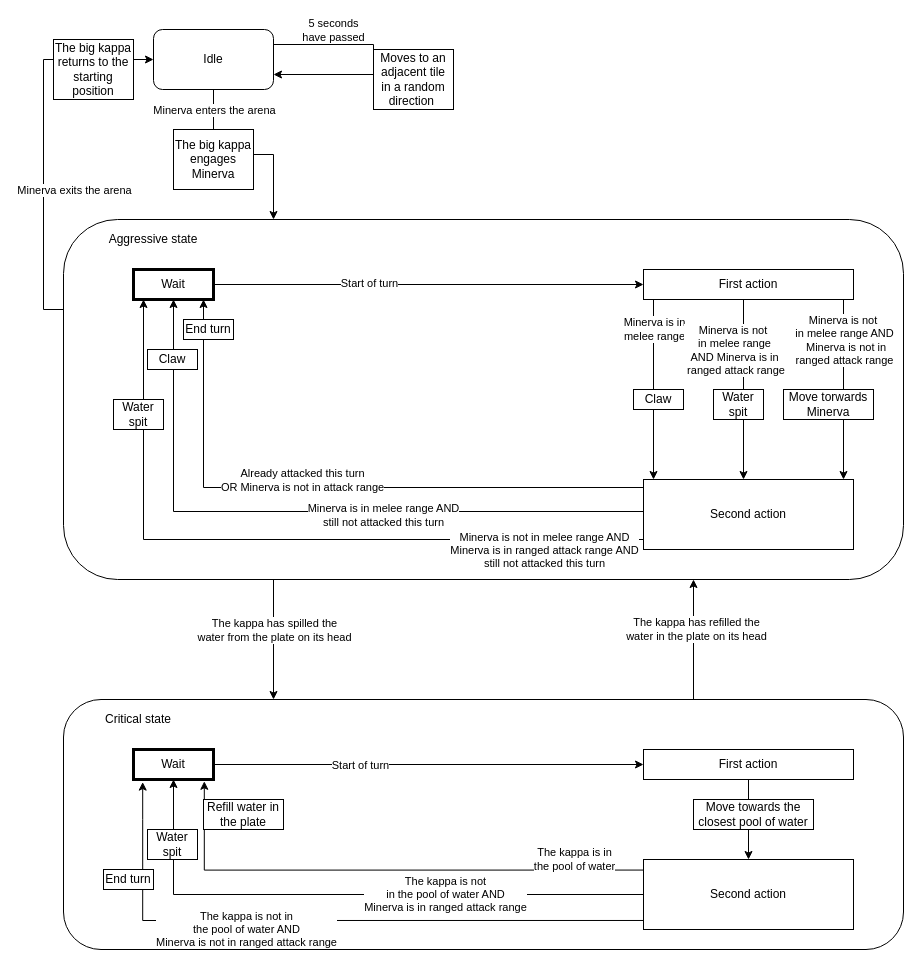
Earlier version of the draw.io diagram Enemies/Enemy Behaviours/BigKappa_AI.drawio (andreacarrarini/HP_The_Dark_Lady_awakens). Source tidied: cells renumbered, new cells numbered last; positions are measured from the earlier drawing's top-left corner, leaving out a move shared by most shapes. Both pictures are drawn from the tidied source at 100%, with x=0, y=0 at pixel (53, 29).
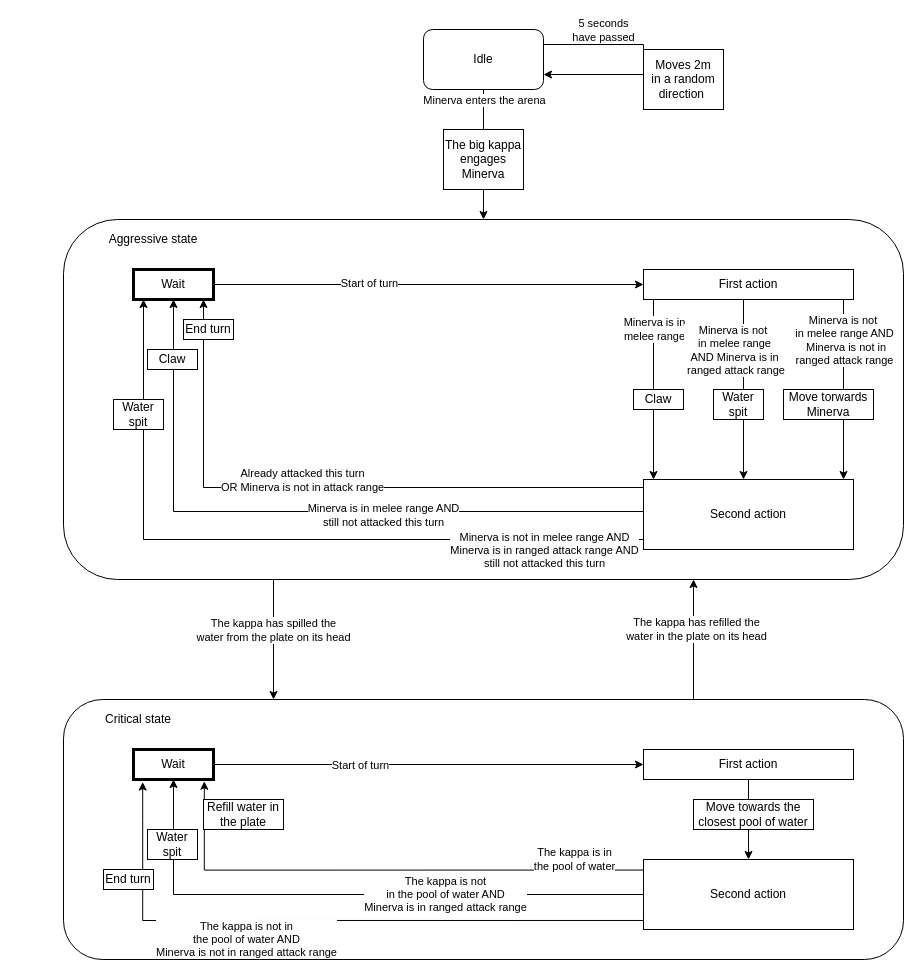
The same page after the edit.

The change refers to these unchanged cells:
```xml
<mxCell id="7" style="rounded=1;whiteSpace=wrap;html=1;align=left;" parent="1" vertex="1">
  <mxGeometry x="10" y="190" width="840" height="360" as="geometry" />
</mxCell>
<mxCell id="41" style="edgeStyle=orthogonalEdgeStyle;rounded=0;jettySize=auto;html=1;exitX=0;exitY=0.871;exitDx=0;exitDy=0;entryX=0.115;entryY=1.087;entryDx=0;entryDy=0;entryPerimeter=0;exitPerimeter=0;" parent="14" edge="1" source="45" target="36">
  <mxGeometry relative="1" as="geometry" />
</mxCell>
```

Diff of the diagram source:
```diff
@@
     <mxCell id="2" value="Idle" style="rounded=1;whiteSpace=wrap;html=1;" parent="1" vertex="1">
-      <mxGeometry x="100" width="120" height="60" as="geometry" />
+      <mxGeometry x="370" width="120" height="60" as="geometry" />
     </mxCell>
-    <mxCell id="3" style="edgeStyle=orthogonalEdgeStyle;rounded=0;jettySize=auto;html=1;exitX=0;exitY=0.25;exitDx=0;exitDy=0;entryX=0;entryY=0.5;entryDx=0;entryDy=0;" parent="1" edge="1" source="7" target="2">
-      <mxGeometry relative="1" as="geometry" />
-    </mxCell>
-    <mxCell id="4" value="Minerva exits the arena" style="edgeLabel;html=1;align=center;verticalAlign=middle;labelBackgroundColor=#ffffff;" parent="3" vertex="1">
-      <mxGeometry x="-0.38" relative="1" as="geometry">
-        <mxPoint x="30" y="-22" as="offset" />
-      </mxGeometry>
-    </mxCell>
@@
     <mxCell id="10" style="rounded=1;whiteSpace=wrap;html=1;strokeWidth=1;" parent="1" vertex="1">
-      <mxGeometry x="10" y="670" width="840" height="250" as="geometry" />
+      <mxGeometry x="10" y="670" width="840" height="260" as="geometry" />
     </mxCell>
@@
     <mxCell id="12" style="edgeStyle=orthogonalEdgeStyle;rounded=0;orthogonalLoop=1;jettySize=auto;html=1;exitX=1;exitY=0.25;exitDx=0;exitDy=0;entryX=1;entryY=0.75;entryDx=0;entryDy=0;" parent="1" edge="1" source="2" target="2">
       <mxGeometry relative="1" as="geometry">
         <Array as="points">
-          <mxPoint x="320" y="15" />
-          <mxPoint x="320" y="45" />
+          <mxPoint x="590" y="15" />
+          <mxPoint x="590" y="45" />
         </Array>
       </mxGeometry>
     </mxCell>
@@
     <mxCell id="42" value="The kappa is not in&lt;br&gt;the pool of water AND&lt;br&gt;Minerva is not in ranged attack range" style="edgeLabel;html=1;align=center;verticalAlign=middle;labelBackgroundColor=#ffffff;" parent="41" vertex="1">
       <mxGeometry x="0.35" relative="1" as="geometry">
-        <mxPoint x="33" y="9" as="offset" />
+        <mxPoint x="33" y="19" as="offset" />
       </mxGeometry>
     </mxCell>
@@
-    <mxCell id="47" value="The big kappa returns to the starting position" style="text;html=1;align=center;verticalAlign=middle;whiteSpace=wrap;rounded=0;fillColor=#ffffff;strokeColor=#000000;" parent="46" vertex="1">
-      <mxGeometry y="10" width="80" height="60" as="geometry" />
-    </mxCell>
@@
-    <mxCell id="50" style="edgeStyle=orthogonalEdgeStyle;rounded=0;jettySize=auto;html=1;exitX=0.5;exitY=1;exitDx=0;exitDy=0;entryX=0.25;entryY=0;entryDx=0;entryDy=0;" parent="46" edge="1" source="2" target="7">
+    <mxCell id="50" style="edgeStyle=orthogonalEdgeStyle;rounded=0;jettySize=auto;html=1;exitX=0.5;exitY=1;exitDx=0;exitDy=0;entryX=0.5;entryY=0;entryDx=0;entryDy=0;" parent="46" edge="1" source="2" target="7">
       <mxGeometry relative="1" as="geometry" />
     </mxCell>
@@
     <mxCell id="53" value="The big kappa engages Minerva" style="text;html=1;align=center;verticalAlign=middle;whiteSpace=wrap;rounded=0;strokeColor=#000000;fillColor=#FFFFFF;" parent="46" vertex="1">
-      <mxGeometry x="120" y="100" width="80" height="60" as="geometry" />
+      <mxGeometry x="390" y="100" width="80" height="60" as="geometry" />
     </mxCell>
@@
-    <mxCell id="61" value="&lt;span&gt;Moves to an adjacent tile&lt;/span&gt;&lt;br&gt;&lt;span&gt;in a random direction&amp;nbsp;&lt;/span&gt;" style="rounded=0;whiteSpace=wrap;html=1;" parent="46" vertex="1">
-      <mxGeometry x="320" y="20" width="80" height="60" as="geometry" />
+    <mxCell id="61" value="&lt;span&gt;Moves 2m&lt;/span&gt;&lt;br&gt;&lt;span&gt;in a random direction&amp;nbsp;&lt;/span&gt;" style="rounded=0;whiteSpace=wrap;html=1;" parent="46" vertex="1">
+      <mxGeometry x="590" y="20" width="80" height="60" as="geometry" />
     </mxCell>
```
